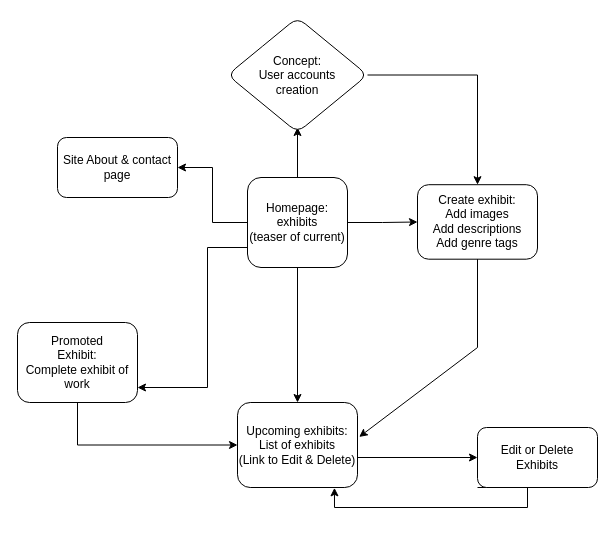
The draw.io diagram final-project.drawio in llukkah/open-studios, before the edit. Source tidied: cells renumbered, new cells numbered last; positions are measured from the earlier drawing's top-left corner, leaving out a move shared by most shapes. Both pictures are drawn from the tidied source at 100%, with x=0, y=0 at pixel (17, 17).
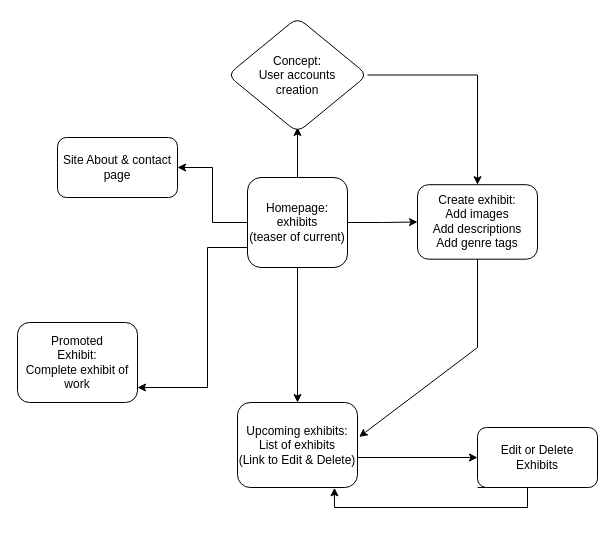
The same page after the edit.

The change refers to these unchanged cells:
```xml
<mxCell id="11" value="&lt;div&gt;Upcoming exhibits:&lt;/div&gt;&lt;div&gt;List of exhibits&lt;/div&gt;&lt;div&gt;(Link to Edit &amp;amp; Delete)&lt;br&gt;&lt;/div&gt;" style="whiteSpace=wrap;html=1;rounded=1;" parent="1" vertex="1">
  <mxGeometry x="220" y="385" width="120" height="85" as="geometry" />
</mxCell>
<mxCell id="14" value="&lt;div&gt;Promoted&lt;/div&gt;&lt;div&gt;Exhibit:&lt;/div&gt;&lt;div&gt;Complete exhibit of work&lt;br&gt;&lt;/div&gt;" style="whiteSpace=wrap;html=1;rounded=1;" parent="1" vertex="1">
  <mxGeometry y="305" width="120" height="80" as="geometry" />
</mxCell>
```

Diff of the diagram source:
```diff
@@
-    <mxCell id="13" style="edgeStyle=orthogonalEdgeStyle;rounded=0;jettySize=auto;html=1;exitX=0.5;exitY=1;exitDx=0;exitDy=0;" parent="1" edge="1" source="14" target="11">
-      <mxGeometry relative="1" as="geometry" />
-    </mxCell>
```
